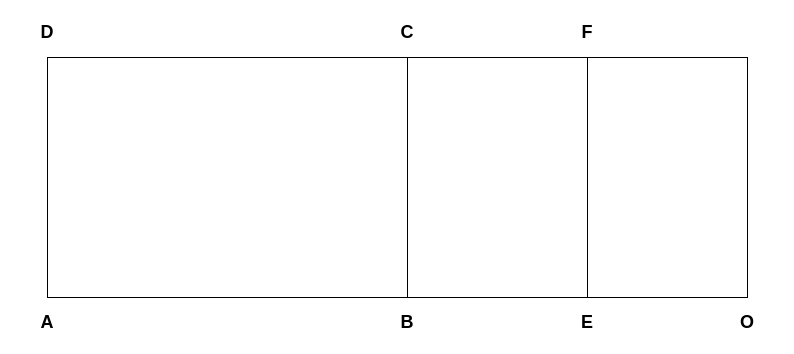
Before: euclid/ABEO.drawio in nikitadanilov/nikitadanilov.github.io, a draw.io diagram. Source tidied: cells renumbered, new cells numbered last; positions are measured from the earlier drawing's top-left corner, leaving out a move shared by most shapes. Both pictures are drawn from the tidied source at 100%, with x=0, y=0 at pixel (17, 17).
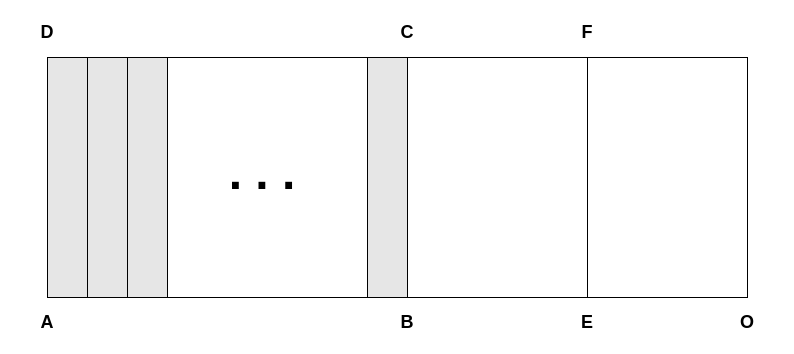
The same diagram, later.

Change to the diagram source:
```diff
@@
 <mxGraphModel>
   <root>
     <mxCell id="0" />
     <mxCell id="1" parent="0" />
     <mxCell id="2" style="rounded=0;whiteSpace=wrap;html=1;" parent="1" vertex="1">
       <mxGeometry x="30" y="40" width="700" height="240" as="geometry" />
     </mxCell>
     <mxCell id="3" style="rounded=0;whiteSpace=wrap;html=1;" parent="1" vertex="1">
       <mxGeometry x="30" y="40" width="540" height="240" as="geometry" />
     </mxCell>
     <mxCell id="4" value="&lt;span style=&quot;font-size: 18px;&quot;&gt;&lt;b&gt;E&lt;/b&gt;&lt;/span&gt;" style="text;html=1;align=center;verticalAlign=middle;whiteSpace=wrap;rounded=0;" parent="1" vertex="1">
       <mxGeometry x="540" y="290" width="60" height="30" as="geometry" />
     </mxCell>
     <mxCell id="5" value="&lt;span style=&quot;font-size: 18px;&quot;&gt;&lt;b&gt;F&lt;/b&gt;&lt;/span&gt;" style="text;html=1;align=center;verticalAlign=middle;whiteSpace=wrap;rounded=0;" parent="1" vertex="1">
       <mxGeometry x="540" width="60" height="30" as="geometry" />
     </mxCell>
     <mxCell id="6" value="&lt;span style=&quot;font-size: 18px;&quot;&gt;&lt;b&gt;A&lt;/b&gt;&lt;/span&gt;" style="text;html=1;align=center;verticalAlign=middle;whiteSpace=wrap;rounded=0;" parent="1" vertex="1">
       <mxGeometry y="290" width="60" height="30" as="geometry" />
     </mxCell>
     <mxCell id="7" style="rounded=0;whiteSpace=wrap;html=1;" parent="1" vertex="1">
       <mxGeometry x="30" y="40" width="360" height="240" as="geometry" />
     </mxCell>
     <mxCell id="8" value="&lt;span style=&quot;font-size: 18px;&quot;&gt;&lt;b&gt;B&lt;/b&gt;&lt;/span&gt;" style="text;html=1;align=center;verticalAlign=middle;whiteSpace=wrap;rounded=0;" parent="1" vertex="1">
       <mxGeometry x="360" y="290" width="60" height="30" as="geometry" />
     </mxCell>
     <mxCell id="9" value="&lt;span style=&quot;font-size: 18px;&quot;&gt;&lt;b&gt;C&lt;/b&gt;&lt;/span&gt;" style="text;html=1;align=center;verticalAlign=middle;whiteSpace=wrap;rounded=0;" parent="1" vertex="1">
       <mxGeometry x="360" width="60" height="30" as="geometry" />
     </mxCell>
     <mxCell id="10" value="&lt;span style=&quot;font-size: 18px;&quot;&gt;&lt;b&gt;D&lt;/b&gt;&lt;/span&gt;" style="text;html=1;align=center;verticalAlign=middle;whiteSpace=wrap;rounded=0;" parent="1" vertex="1">
       <mxGeometry width="60" height="30" as="geometry" />
     </mxCell>
     <mxCell id="11" value="&lt;span style=&quot;font-size: 18px;&quot;&gt;&lt;b&gt;O&lt;/b&gt;&lt;/span&gt;" style="text;html=1;align=center;verticalAlign=middle;whiteSpace=wrap;rounded=0;" parent="1" vertex="1">
       <mxGeometry x="700" y="290" width="60" height="30" as="geometry" />
     </mxCell>
+    <mxCell id="12" style="rounded=0;whiteSpace=wrap;html=1;fillColor=#E6E6E6;" parent="1" vertex="1">
+      <mxGeometry x="30" y="40" width="40" height="240" as="geometry" />
+    </mxCell>
+    <mxCell id="13" style="rounded=0;whiteSpace=wrap;html=1;fillColor=#E6E6E6;" parent="1" vertex="1">
+      <mxGeometry x="70" y="40" width="40" height="240" as="geometry" />
+    </mxCell>
+    <mxCell id="14" style="rounded=0;whiteSpace=wrap;html=1;fillColor=#E6E6E6;" parent="1" vertex="1">
+      <mxGeometry x="110" y="40" width="40" height="240" as="geometry" />
+    </mxCell>
+    <mxCell id="15" style="rounded=0;whiteSpace=wrap;html=1;fillColor=#E6E6E6;" parent="1" vertex="1">
+      <mxGeometry x="350" y="40" width="40" height="240" as="geometry" />
+    </mxCell>
+    <mxCell id="16" value="&lt;b&gt;&lt;font style=&quot;font-size: 48px;&quot;&gt;. . .&lt;/font&gt;&lt;/b&gt;" style="text;html=1;align=center;verticalAlign=middle;whiteSpace=wrap;rounded=0;" parent="1" vertex="1">
+      <mxGeometry x="200" y="140" width="90" height="30" as="geometry" />
+    </mxCell>
   </root>
 </mxGraphModel>
```
